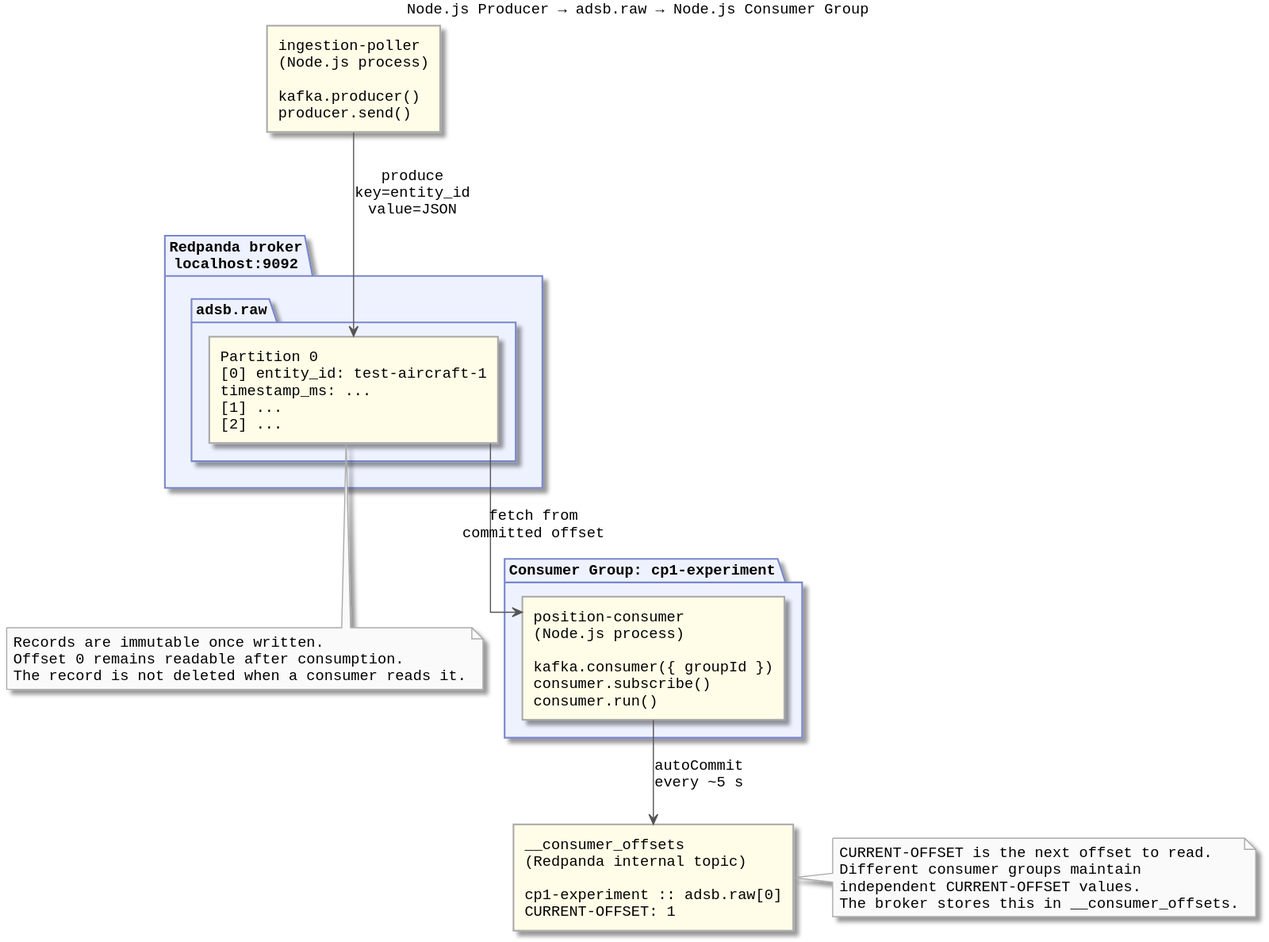
This is diagrams/docs/implementation/phase-02-live-position-pipeline/concepts/kafka-experiment/data-flow.svg from Buffden/sentinel, a PlantUML export, as it was before one commit.
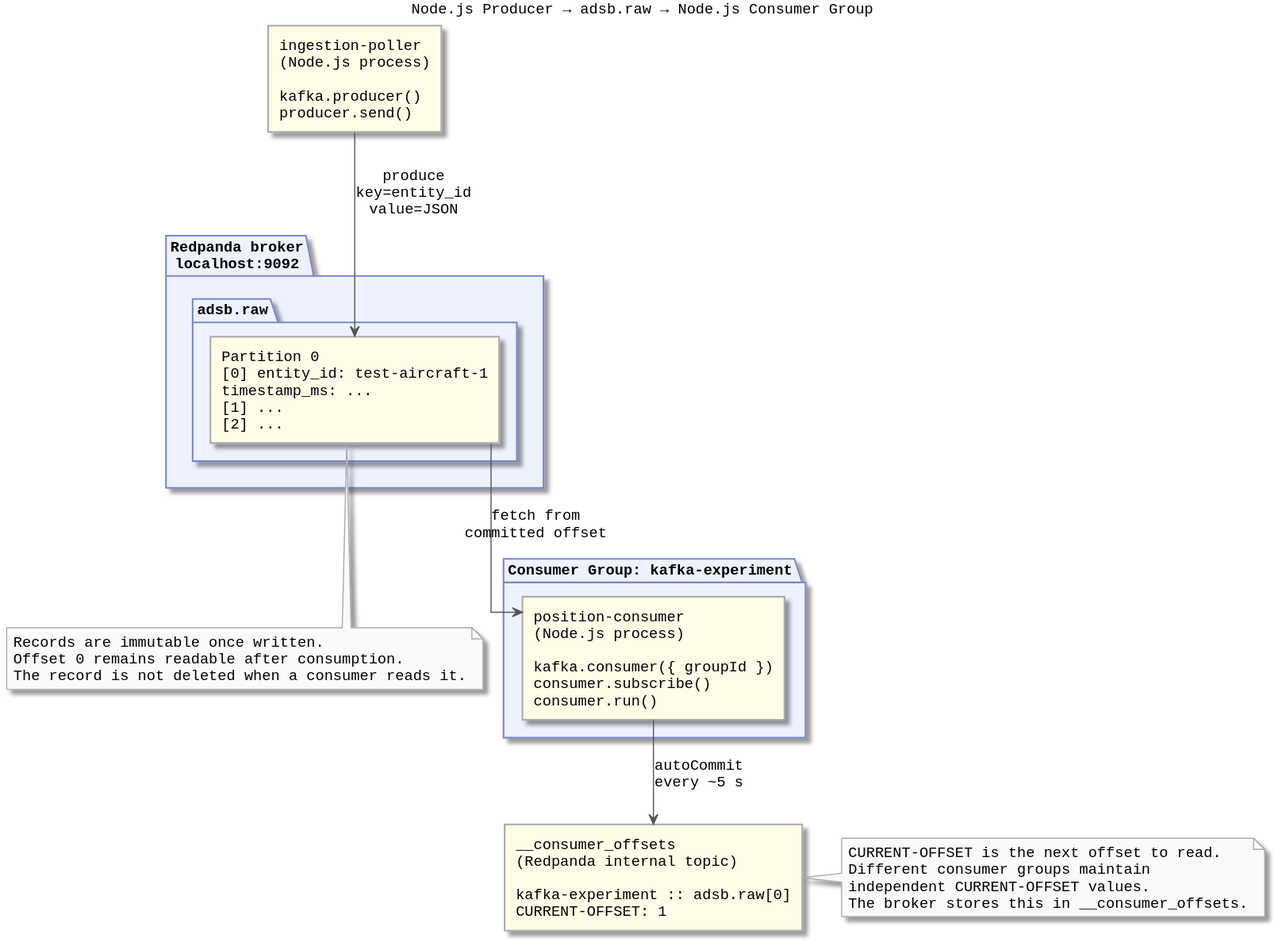
Above is the later version.

Change to the diagram source:
```diff
@@ -34,11 +34,11 @@
 
 }
 
-package "Consumer Group: cp1-experiment" as group {
+package "Consumer Group: kafka-experiment" as group {
   rectangle "position-consumer\n(Node.js process)\n\nkafka.consumer({ groupId })\nconsumer.subscribe()\nconsumer.run()" as consumer
 }
 
-rectangle "__consumer_offsets\n(Redpanda internal topic)\n\ncp1-experiment :: adsb.raw[0]\nCURRENT-OFFSET: 1" as offsets
+rectangle "__consumer_offsets\n(Redpanda internal topic)\n\nkafka-experiment :: adsb.raw[0]\nCURRENT-OFFSET: 1" as offsets
 
 producer --> partition : produce\nkey=entity_id\nvalue=JSON
 
```
